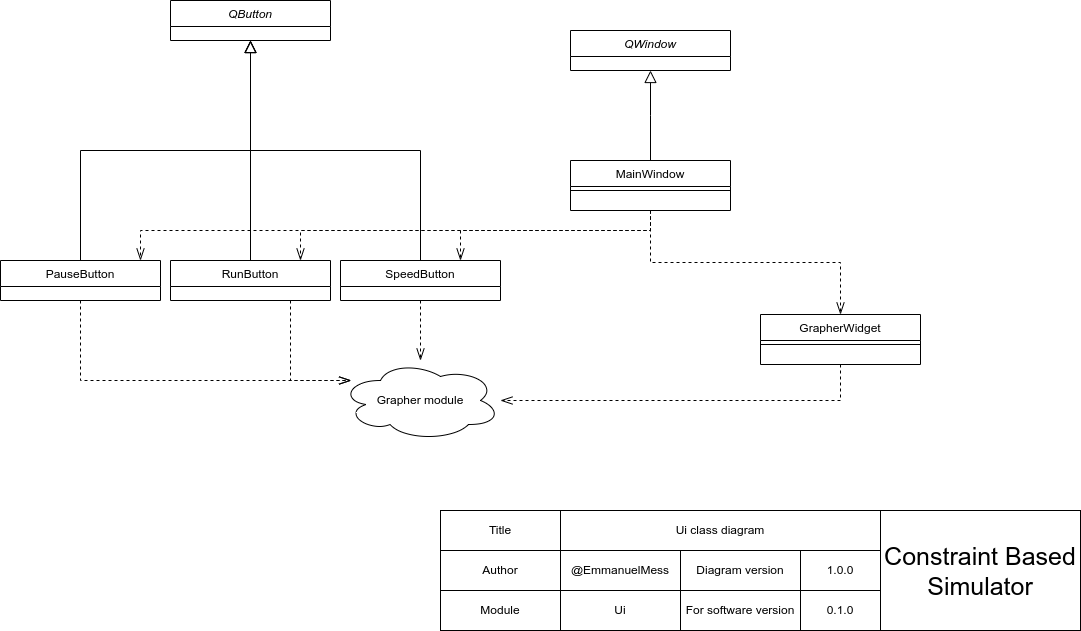
EmmanuelMess/ConstraintBasedSimulator keeps this draw.io diagram as design/diagrams/class/ui class diagram.png. Above is the earlier version. Source tidied: cells renumbered, new cells last; positions are measured from the earlier drawing's top-left corner, leaving out a move shared by most shapes.
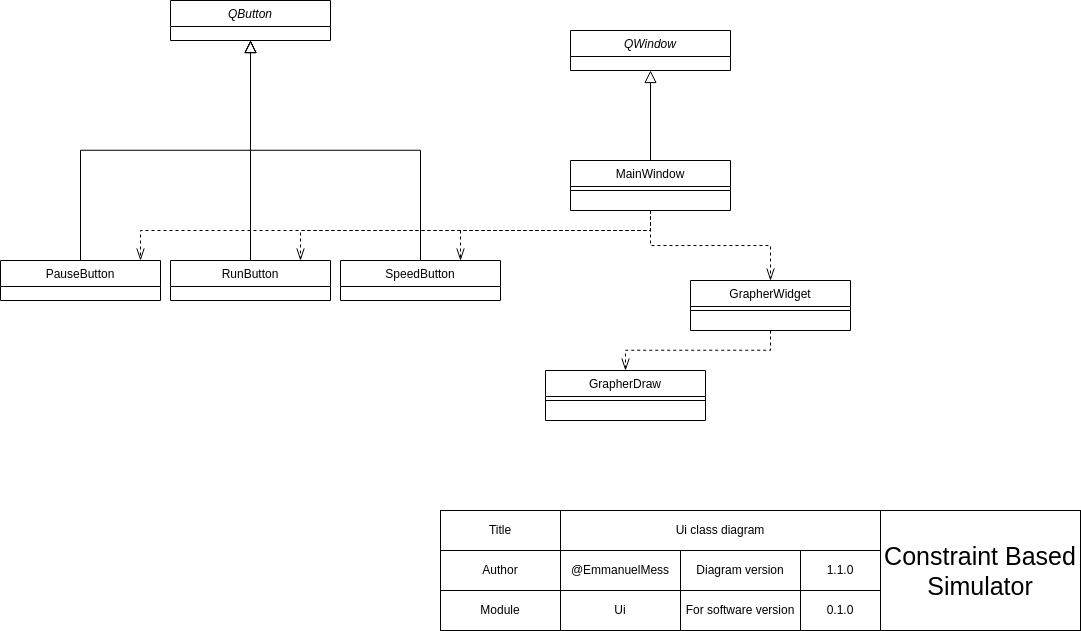
Later version of the same file.

What changed in the source:
```diff
@@ -8,13 +8,6 @@
     <mxCell id="3" style="edgeStyle=elbowEdgeStyle;rounded=0;jettySize=auto;html=1;endArrow=block;endFill=0;endSize=10;elbow=vertical;" parent="1" edge="1" source="5" target="13">
       <mxGeometry relative="1" as="geometry" />
     </mxCell>
-    <mxCell id="4" style="edgeStyle=elbowEdgeStyle;rounded=0;jettySize=auto;elbow=vertical;html=1;dashed=1;endArrow=openThin;endFill=0;endSize=10;" parent="1" edge="1" source="5" target="23">
-      <mxGeometry relative="1" as="geometry">
-        <Array as="points">
-          <mxPoint x="320" y="380" />
-        </Array>
-      </mxGeometry>
-    </mxCell>
     <mxCell id="5" value="PauseButton" style="swimlane;fontStyle=0;align=center;verticalAlign=top;horizontal=1;startSize=26;rounded=0;shadow=0;strokeWidth=1;" parent="1" vertex="1">
       <mxGeometry y="260" width="160" height="40" as="geometry" />
     </mxCell>
@@ -67,42 +60,21 @@
     <mxCell id="14" style="edgeStyle=elbowEdgeStyle;rounded=0;jettySize=auto;html=1;endArrow=block;endFill=0;endSize=10;elbow=vertical;" parent="1" edge="1" source="16" target="13">
       <mxGeometry relative="1" as="geometry" />
     </mxCell>
-    <mxCell id="15" style="edgeStyle=elbowEdgeStyle;rounded=0;jettySize=auto;elbow=vertical;html=1;dashed=1;endArrow=openThin;endFill=0;endSize=10;" parent="1" edge="1" source="16" target="23">
-      <mxGeometry relative="1" as="geometry">
-        <Array as="points">
-          <mxPoint x="290" y="380" />
-          <mxPoint x="310" y="360" />
-        </Array>
-      </mxGeometry>
-    </mxCell>
     <mxCell id="16" value="RunButton" style="swimlane;fontStyle=0;align=center;verticalAlign=top;horizontal=1;startSize=26;rounded=0;shadow=0;strokeWidth=1;" parent="1" vertex="1">
       <mxGeometry x="170" y="260" width="160" height="40" as="geometry" />
     </mxCell>
     <mxCell id="17" style="edgeStyle=elbowEdgeStyle;rounded=0;jettySize=auto;html=1;endArrow=block;endFill=0;endSize=10;elbow=vertical;" parent="1" edge="1" source="19" target="13">
       <mxGeometry relative="1" as="geometry" />
     </mxCell>
-    <mxCell id="18" style="edgeStyle=elbowEdgeStyle;rounded=0;jettySize=auto;elbow=vertical;html=1;dashed=1;endArrow=openThin;endFill=0;endSize=10;" parent="1" edge="1" source="19" target="23">
-      <mxGeometry relative="1" as="geometry" />
-    </mxCell>
     <mxCell id="19" value="SpeedButton" style="swimlane;fontStyle=0;align=center;verticalAlign=top;horizontal=1;startSize=26;rounded=0;shadow=0;strokeWidth=1;" parent="1" vertex="1">
       <mxGeometry x="340" y="260" width="160" height="40" as="geometry" />
     </mxCell>
-    <mxCell id="20" style="edgeStyle=elbowEdgeStyle;rounded=0;jettySize=auto;elbow=vertical;html=1;dashed=1;endArrow=openThin;endFill=0;endSize=10;" parent="1" edge="1" source="21" target="23">
-      <mxGeometry relative="1" as="geometry">
-        <Array as="points">
-          <mxPoint x="550" y="400" />
-        </Array>
-      </mxGeometry>
-    </mxCell>
     <mxCell id="21" value="GrapherWidget" style="swimlane;fontStyle=0;align=center;verticalAlign=top;horizontal=1;startSize=26;rounded=0;shadow=0;strokeWidth=1;" parent="1" vertex="1">
-      <mxGeometry x="760" y="314" width="160" height="50" as="geometry" />
+      <mxGeometry x="690" y="280" width="160" height="50" as="geometry" />
     </mxCell>
     <mxCell id="22" style="line;html=1;strokeWidth=1;align=left;verticalAlign=middle;spacingTop=-1;spacingLeft=3;spacingRight=3;labelPosition=right;" parent="21" vertex="1">
       <mxGeometry y="26" width="160" height="8" as="geometry" />
     </mxCell>
-    <mxCell id="23" value="Grapher module" style="ellipse;shape=cloud;whiteSpace=wrap;html=1;" parent="1" vertex="1">
-      <mxGeometry x="340" y="360" width="160" height="80" as="geometry" />
-    </mxCell>
     <mxCell id="24" value="Title" style="rounded=0;whiteSpace=wrap;html=1;" parent="1" vertex="1">
       <mxGeometry x="440" y="510" width="120" height="40" as="geometry" />
     </mxCell>
@@ -127,7 +99,7 @@
     <mxCell id="31" value="&lt;font style=&quot;font-size: 25px;&quot;&gt;Constraint Based Simulator&lt;/font&gt;" style="rounded=0;whiteSpace=wrap;html=1;" parent="1" vertex="1">
       <mxGeometry x="880" y="510" width="200" height="120" as="geometry" />
     </mxCell>
-    <mxCell id="32" value="1.0.0" style="rounded=0;whiteSpace=wrap;html=1;" parent="1" vertex="1">
+    <mxCell id="32" value="1.1.0" style="rounded=0;whiteSpace=wrap;html=1;" parent="1" vertex="1">
       <mxGeometry x="800" y="550" width="80" height="40" as="geometry" />
     </mxCell>
     <mxCell id="33" value="For software version" style="rounded=0;whiteSpace=wrap;html=1;" parent="1" vertex="1">
@@ -136,5 +108,14 @@
     <mxCell id="34" value="0.1.0" style="rounded=0;whiteSpace=wrap;html=1;" parent="1" vertex="1">
       <mxGeometry x="800" y="590" width="80" height="40" as="geometry" />
     </mxCell>
+    <mxCell id="35" value="GrapherDraw" style="swimlane;fontStyle=0;align=center;verticalAlign=top;horizontal=1;startSize=26;rounded=0;shadow=0;strokeWidth=1;" parent="1" vertex="1">
+      <mxGeometry x="545" y="370" width="160" height="50" as="geometry" />
+    </mxCell>
+    <mxCell id="36" style="line;html=1;strokeWidth=1;align=left;verticalAlign=middle;spacingTop=-1;spacingLeft=3;spacingRight=3;labelPosition=right;" parent="35" vertex="1">
+      <mxGeometry y="26" width="160" height="8" as="geometry" />
+    </mxCell>
+    <mxCell id="37" style="edgeStyle=elbowEdgeStyle;rounded=0;jettySize=auto;elbow=vertical;html=1;dashed=1;endArrow=openThin;endFill=0;endSize=10;" parent="1" edge="1" source="21" target="35">
+      <mxGeometry relative="1" as="geometry" />
+    </mxCell>
   </root>
 </mxGraphModel>
```
